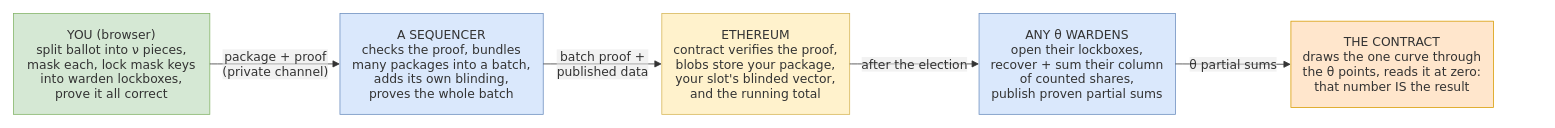
vocdoni/davinci-paper keeps this draw.io diagram as v3-pq/figures/src/vote-journey.drawio. Above is the earlier version. Source tidied: cells renumbered, new cells numbered last; positions are measured from the earlier drawing's top-left corner, leaving out a move shared by most shapes. Both pictures are drawn from the tidied source at 77%, with x=0, y=0 at pixel (13, 13).
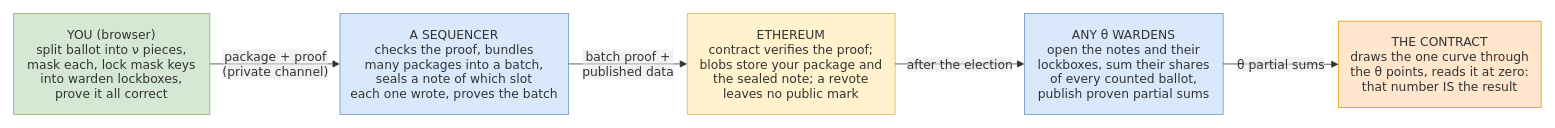
The same diagram, later.

Change to the diagram source:
```diff
@@
 <mxGraphModel>
   <root>
     <mxCell id="0" />
     <mxCell id="1" parent="0" />
     <mxCell id="2" value="YOU (browser)&#10;split ballot into ν pieces,&#10;mask each, lock mask keys&#10;into warden lockboxes,&#10;prove it all correct" style="html=1;whiteSpace=wrap;strokeWidth=1;fillColor=#d5e8d4;strokeColor=#82b366;fontColor=light-dark(#333333,#cccccc);fontFamily=Trebuchet MS,Verdana,Arial,sans-serif;fontSize=16;" parent="1" vertex="1">
       <mxGeometry width="255" height="131" as="geometry" />
     </mxCell>
-    <mxCell id="3" value="A SEQUENCER&#10;checks the proof, bundles&#10;many packages into a batch,&#10;adds its own blinding,&#10;proves the whole batch" style="html=1;whiteSpace=wrap;strokeWidth=1;fillColor=#dae8fc;strokeColor=#6c8ebf;fontColor=light-dark(#333333,#cccccc);fontFamily=Trebuchet MS,Verdana,Arial,sans-serif;fontSize=16;" parent="1" vertex="1">
-      <mxGeometry x="424" width="264" height="131" as="geometry" />
+    <mxCell id="3" value="A SEQUENCER&#10;checks the proof, bundles&#10;many packages into a batch,&#10;seals a note of which slot&#10;each one wrote, proves the batch" style="html=1;whiteSpace=wrap;strokeWidth=1;fillColor=#dae8fc;strokeColor=#6c8ebf;fontColor=light-dark(#333333,#cccccc);fontFamily=Trebuchet MS,Verdana,Arial,sans-serif;fontSize=16;" parent="1" vertex="1">
+      <mxGeometry x="424" width="297" height="131" as="geometry" />
     </mxCell>
-    <mxCell id="4" value="ETHEREUM&#10;contract verifies the proof,&#10;blobs store your package,&#10;your slot's blinded vector,&#10;and the running total" style="html=1;whiteSpace=wrap;strokeWidth=1;fillColor=#fff2cc;strokeColor=#d6b656;fontColor=light-dark(#333333,#cccccc);fontFamily=Trebuchet MS,Verdana,Arial,sans-serif;fontSize=16;" parent="1" vertex="1">
-      <mxGeometry x="842" width="244" height="131" as="geometry" />
+    <mxCell id="4" value="ETHEREUM&#10;contract verifies the proof;&#10;blobs store your package and&#10;the sealed note; a revote&#10;leaves no public mark" style="html=1;whiteSpace=wrap;strokeWidth=1;fillColor=#fff2cc;strokeColor=#d6b656;fontColor=light-dark(#333333,#cccccc);fontFamily=Trebuchet MS,Verdana,Arial,sans-serif;fontSize=16;" parent="1" vertex="1">
+      <mxGeometry x="875" width="270" height="131" as="geometry" />
     </mxCell>
-    <mxCell id="5" value="ANY θ WARDENS&#10;open their lockboxes,&#10;recover + sum their column&#10;of counted shares,&#10;publish proven partial sums" style="html=1;whiteSpace=wrap;strokeWidth=1;fillColor=#dae8fc;strokeColor=#6c8ebf;fontColor=light-dark(#333333,#cccccc);fontFamily=Trebuchet MS,Verdana,Arial,sans-serif;fontSize=16;" parent="1" vertex="1">
-      <mxGeometry x="1254" width="255" height="131" as="geometry" />
+    <mxCell id="5" value="ANY θ WARDENS&#10;open the notes and their&#10;lockboxes, sum their shares&#10;of every counted ballot,&#10;publish proven partial sums" style="html=1;whiteSpace=wrap;strokeWidth=1;fillColor=#dae8fc;strokeColor=#6c8ebf;fontColor=light-dark(#333333,#cccccc);fontFamily=Trebuchet MS,Verdana,Arial,sans-serif;fontSize=16;" parent="1" vertex="1">
+      <mxGeometry x="1313" width="258" height="131" as="geometry" />
     </mxCell>
     <mxCell id="6" value="THE CONTRACT&#10;draws the one curve through&#10;the θ points, reads it at zero:&#10;that number IS the result" style="html=1;whiteSpace=wrap;strokeWidth=1;fillColor=#ffe6cc;strokeColor=#d79b00;fontColor=light-dark(#333333,#cccccc);fontFamily=Trebuchet MS,Verdana,Arial,sans-serif;fontSize=16;" parent="1" vertex="1">
-      <mxGeometry x="1659" y="10" width="263" height="112" as="geometry" />
+      <mxGeometry x="1721" y="10" width="263" height="112" as="geometry" />
     </mxCell>
     <mxCell id="7" value="package + proof&#10;(private channel)" style="curved=1;startArrow=none;endArrow=block;endSize=7;strokeColor=light-dark(#333333,#cccccc);html=1;fontSize=16;labelBackgroundColor=light-dark(#E8E8E88D,#2a2a2a8D);fontFamily=Trebuchet MS,Verdana,Arial,sans-serif;fontColor=light-dark(#333333,#cccccc);exitX=1;exitY=0.5;entryX=0;entryY=0.5;" parent="1" edge="1" source="2" target="3">
       <mxGeometry relative="1" as="geometry" />
     </mxCell>
     <mxCell id="8" value="batch proof +&#10;published data" style="curved=1;startArrow=none;endArrow=block;endSize=7;strokeColor=light-dark(#333333,#cccccc);html=1;fontSize=16;labelBackgroundColor=light-dark(#E8E8E88D,#2a2a2a8D);fontFamily=Trebuchet MS,Verdana,Arial,sans-serif;fontColor=light-dark(#333333,#cccccc);exitX=1;exitY=0.5;entryX=0;entryY=0.5;" parent="1" edge="1" source="3" target="4">
       <mxGeometry relative="1" as="geometry" />
     </mxCell>
     <mxCell id="9" value="after the election" style="curved=1;startArrow=none;endArrow=block;endSize=7;strokeColor=light-dark(#333333,#cccccc);html=1;fontSize=16;labelBackgroundColor=light-dark(#E8E8E88D,#2a2a2a8D);fontFamily=Trebuchet MS,Verdana,Arial,sans-serif;fontColor=light-dark(#333333,#cccccc);exitX=1;exitY=0.5;entryX=0;entryY=0.5;" parent="1" edge="1" source="4" target="5">
       <mxGeometry relative="1" as="geometry" />
     </mxCell>
     <mxCell id="10" value="θ partial sums" style="curved=1;startArrow=none;endArrow=block;endSize=7;strokeColor=light-dark(#333333,#cccccc);html=1;fontSize=16;labelBackgroundColor=light-dark(#E8E8E88D,#2a2a2a8D);fontFamily=Trebuchet MS,Verdana,Arial,sans-serif;fontColor=light-dark(#333333,#cccccc);exitX=1;exitY=0.5;entryX=0;entryY=0.5;" parent="1" edge="1" source="5" target="6">
       <mxGeometry relative="1" as="geometry" />
     </mxCell>
   </root>
 </mxGraphModel>
```
